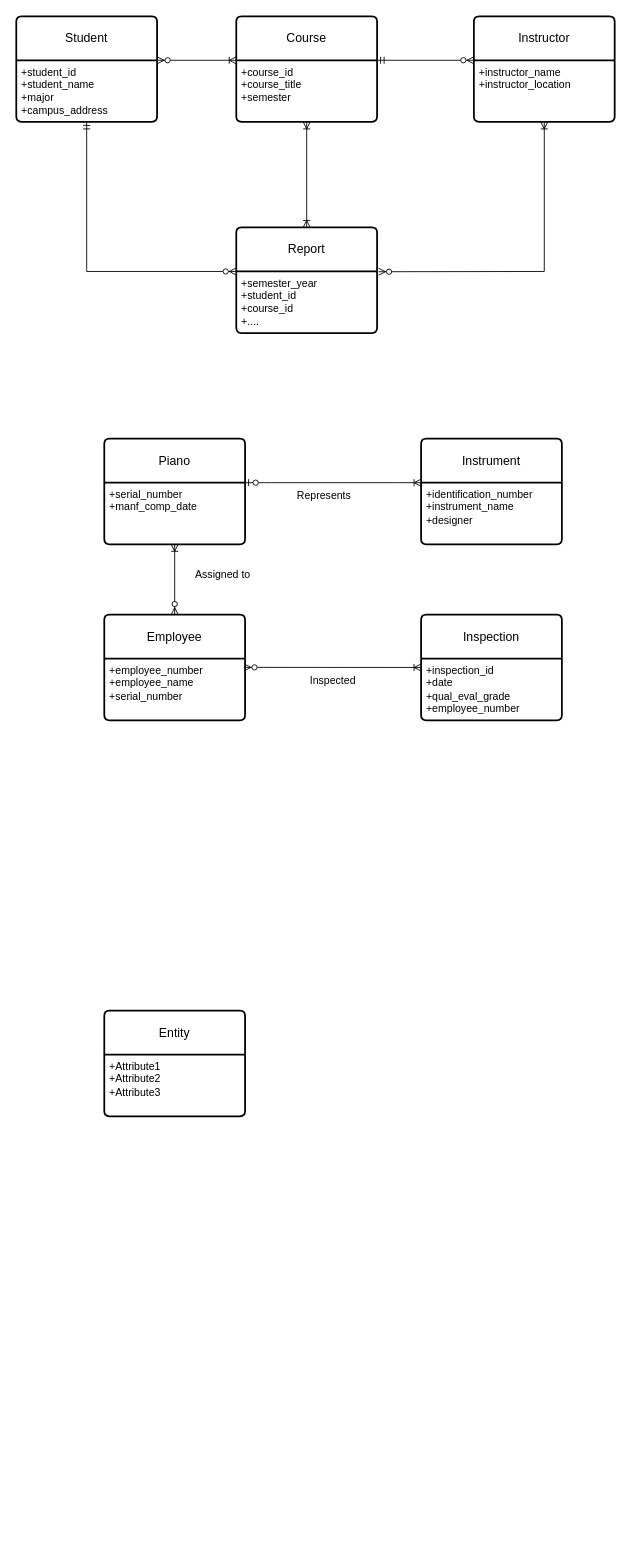
Earlier version of the draw.io diagram Untitled Diagram.drawio (jocamp11/BUS393ERDHW1). Source tidied: cells renumbered, new cells numbered last; positions are measured from the earlier drawing's top-left corner, leaving out a move shared by most shapes. Both pictures are drawn from the tidied source at 88%, with x=0, y=0 at pixel (16, 16).
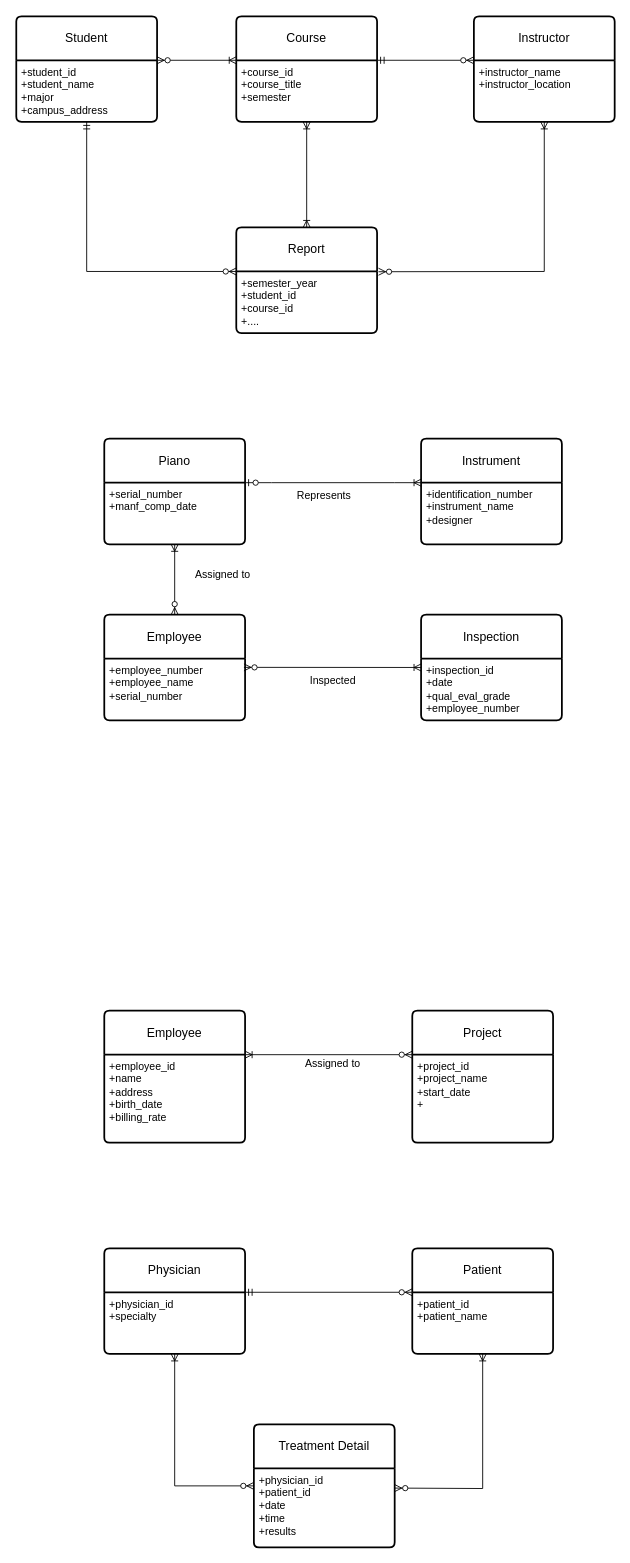
The same page after the edit.

The edit, as a diff of the source:
```diff
@@
-    <mxCell id="29" value="Entity" style="swimlane;horizontal=1;startSize=50;rounded=1;fontSize=14;fontStyle=0;strokeWidth=2;shadow=0;dashed=0;align=center;arcSize=4;whiteSpace=wrap;html=1;" parent="1" vertex="1">
-      <mxGeometry x="100" y="1130" width="160" height="120" as="geometry" />
+    <mxCell id="29" value="Employee" style="swimlane;horizontal=1;startSize=50;rounded=1;fontSize=14;fontStyle=0;strokeWidth=2;shadow=0;dashed=0;align=center;arcSize=4;whiteSpace=wrap;html=1;" parent="1" vertex="1">
+      <mxGeometry x="100" y="1130" width="160" height="150" as="geometry" />
     </mxCell>
-    <mxCell id="30" value="+Attribute1&#10;+Attribute2&#10;+Attribute3" style="align=left;strokeColor=none;fillColor=none;spacingLeft=4;fontSize=12;verticalAlign=top;html=1;" parent="29" vertex="1">
-      <mxGeometry y="50" width="160" height="70" as="geometry" />
+    <mxCell id="30" value="+employee_id&lt;br&gt;+name&lt;br&gt;&lt;div&gt;+address&lt;/div&gt;&lt;div&gt;+birth_date&lt;/div&gt;&lt;div&gt;+billing_rate&lt;br&gt;&lt;/div&gt;" style="align=left;strokeColor=none;fillColor=none;spacingLeft=4;fontSize=12;verticalAlign=top;html=1;" parent="29" vertex="1">
+      <mxGeometry y="50" width="160" height="100" as="geometry" />
     </mxCell>
+    <mxCell id="31" value="Project" style="swimlane;horizontal=1;startSize=50;rounded=1;fontSize=14;fontStyle=0;strokeWidth=2;shadow=0;dashed=0;align=center;arcSize=4;whiteSpace=wrap;html=1;" parent="1" vertex="1">
+      <mxGeometry x="450" y="1130" width="160" height="150" as="geometry" />
+    </mxCell>
+    <mxCell id="32" value="+project_id&lt;br&gt;+project_name&lt;br&gt;&lt;div&gt;+start_date&lt;/div&gt;&lt;div&gt;+&lt;br&gt;&lt;/div&gt;" style="align=left;strokeColor=none;fillColor=none;spacingLeft=4;fontSize=12;verticalAlign=top;html=1;" parent="31" vertex="1">
+      <mxGeometry y="50" width="160" height="100" as="geometry" />
+    </mxCell>
+    <mxCell id="33" style="fontSize=12;html=1;endArrow=ERoneToMany;startArrow=ERzeroToMany;rounded=0;entryX=1;entryY=0;entryDx=0;entryDy=0;exitX=0;exitY=0;exitDx=0;exitDy=0;" parent="1" edge="1" source="32" target="30">
+      <mxGeometry relative="1" as="geometry" />
+    </mxCell>
+    <mxCell id="34" value="Assigned to" style="text;html=1;strokeColor=none;fillColor=none;align=center;verticalAlign=middle;whiteSpace=wrap;rounded=0;" parent="1" vertex="1">
+      <mxGeometry x="325" y="1175" width="70" height="30" as="geometry" />
+    </mxCell>
+    <mxCell id="35" value="Physician" style="swimlane;horizontal=1;startSize=50;rounded=1;fontSize=14;fontStyle=0;strokeWidth=2;shadow=0;dashed=0;align=center;arcSize=4;whiteSpace=wrap;html=1;" parent="1" vertex="1">
+      <mxGeometry x="100" y="1400" width="160" height="120" as="geometry" />
+    </mxCell>
+    <mxCell id="36" value="+physician_id&lt;br&gt;+specialty&lt;br&gt;" style="align=left;strokeColor=none;fillColor=none;spacingLeft=4;fontSize=12;verticalAlign=top;html=1;" parent="35" vertex="1">
+      <mxGeometry y="50" width="160" height="70" as="geometry" />
+    </mxCell>
+    <mxCell id="37" value="Patient" style="swimlane;horizontal=1;startSize=50;rounded=1;fontSize=14;fontStyle=0;strokeWidth=2;shadow=0;dashed=0;align=center;arcSize=4;whiteSpace=wrap;html=1;" parent="1" vertex="1">
+      <mxGeometry x="450" y="1400" width="160" height="120" as="geometry" />
+    </mxCell>
+    <mxCell id="38" value="&lt;div&gt;+patient_id&lt;/div&gt;&lt;div&gt;+patient_name&lt;br&gt;&lt;/div&gt;" style="align=left;strokeColor=none;fillColor=none;spacingLeft=4;fontSize=12;verticalAlign=top;html=1;" parent="37" vertex="1">
+      <mxGeometry y="50" width="160" height="70" as="geometry" />
+    </mxCell>
+    <mxCell id="39" value="Treatment Detail" style="swimlane;horizontal=1;startSize=50;rounded=1;fontSize=14;fontStyle=0;strokeWidth=2;shadow=0;dashed=0;align=center;arcSize=4;whiteSpace=wrap;html=1;" parent="1" vertex="1">
+      <mxGeometry x="270" y="1600" width="160" height="140" as="geometry" />
+    </mxCell>
+    <mxCell id="40" value="&lt;div&gt;+physician_id&lt;/div&gt;&lt;div&gt;+patient_id&lt;/div&gt;&lt;div&gt;+date&lt;/div&gt;&lt;div&gt;+time&lt;/div&gt;&lt;div&gt;+results&lt;br&gt;&lt;/div&gt;" style="align=left;strokeColor=none;fillColor=none;spacingLeft=4;fontSize=12;verticalAlign=top;html=1;" parent="39" vertex="1">
+      <mxGeometry y="50" width="160" height="90" as="geometry" />
+    </mxCell>
+    <mxCell id="41" style="fontSize=12;html=1;endArrow=ERzeroToMany;startArrow=ERmandOne;rounded=0;exitX=1;exitY=0;exitDx=0;exitDy=0;entryX=0;entryY=0;entryDx=0;entryDy=0;" parent="1" edge="1" source="36" target="38">
+      <mxGeometry relative="1" as="geometry" />
+    </mxCell>
+    <mxCell id="42" style="fontSize=12;html=1;endArrow=ERoneToMany;startArrow=ERzeroToMany;rounded=0;entryX=0.5;entryY=1;entryDx=0;entryDy=0;exitX=0;exitY=0.5;exitDx=0;exitDy=0;" parent="1" edge="1" source="39" target="36">
+      <mxGeometry relative="1" as="geometry">
+        <Array as="points">
+          <mxPoint x="180" y="1670" />
+        </Array>
+      </mxGeometry>
+    </mxCell>
+    <mxCell id="43" style="fontSize=12;html=1;endArrow=ERoneToMany;startArrow=ERzeroToMany;rounded=0;entryX=0.5;entryY=1;entryDx=0;entryDy=0;exitX=1;exitY=0.25;exitDx=0;exitDy=0;" parent="1" edge="1" source="40" target="38">
+      <mxGeometry relative="1" as="geometry">
+        <Array as="points">
+          <mxPoint x="530" y="1673" />
+        </Array>
+      </mxGeometry>
+    </mxCell>
```
